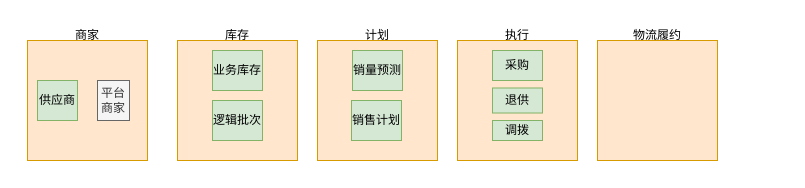
Before: dataArchi.drawio in Thomas-liyan/common, a draw.io diagram. Source tidied: cells renumbered, new cells numbered last; positions are measured from the earlier drawing's top-left corner, leaving out a move shared by most shapes. Both pictures are drawn from the tidied source at 100%, with x=0, y=0 at pixel (27, 40).
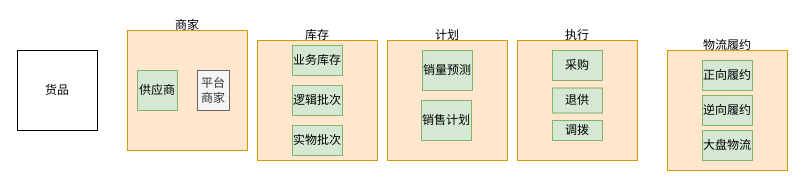
The same diagram, later.

The edit, as a diff of the source:
```diff
@@
+    <mxCell id="16" style="group;" parent="1" vertex="1">
+      <mxGeometry x="100" y="-10" width="120" height="120" as="geometry" />
+    </mxCell>
-    <mxCell id="2" value="商家" style="whiteSpace=wrap;html=1;labelPosition=center;verticalLabelPosition=top;align=center;verticalAlign=bottom;horizontal=1;spacing=-2;spacingTop=-7;fillColor=#ffe6cc;strokeColor=#d79b00;" parent="1" vertex="1">
+    <mxCell id="2" value="商家" style="whiteSpace=wrap;html=1;labelPosition=center;verticalLabelPosition=top;align=center;verticalAlign=bottom;horizontal=1;spacing=-2;spacingTop=-7;fillColor=#ffe6cc;strokeColor=#d79b00;" parent="16" vertex="1">
       <mxGeometry width="120" height="120" as="geometry" />
     </mxCell>
-    <mxCell id="3" value="供应商" style="whiteSpace=wrap;html=1;direction=south;fillColor=#d5e8d4;strokeColor=#82b366;" parent="1" vertex="1">
+    <mxCell id="3" value="供应商" style="whiteSpace=wrap;html=1;direction=south;fillColor=#d5e8d4;strokeColor=#82b366;" parent="16" vertex="1">
       <mxGeometry x="10" y="40" width="40" height="40" as="geometry" />
     </mxCell>
-    <mxCell id="4" value="平台商家" style="whiteSpace=wrap;html=1;direction=south;fillColor=#f5f5f5;strokeColor=#666666;fontColor=#333333;" parent="1" vertex="1">
+    <mxCell id="4" value="平台商家" style="whiteSpace=wrap;html=1;direction=south;fillColor=#f5f5f5;strokeColor=#666666;fontColor=#333333;" parent="16" vertex="1">
       <mxGeometry x="70" y="40" width="32" height="40" as="geometry" />
     </mxCell>
+    <mxCell id="17" style="group;" parent="1" vertex="1">
+      <mxGeometry x="230" width="120" height="120" as="geometry" />
+    </mxCell>
-    <mxCell id="5" value="库存" style="whiteSpace=wrap;html=1;labelPosition=center;verticalLabelPosition=top;align=center;verticalAlign=bottom;horizontal=1;spacing=-2;spacingTop=-7;fillColor=#ffe6cc;strokeColor=#d79b00;" parent="1" vertex="1">
-      <mxGeometry x="150" width="120" height="120" as="geometry" />
+    <mxCell id="5" value="库存" style="whiteSpace=wrap;html=1;labelPosition=center;verticalLabelPosition=top;align=center;verticalAlign=bottom;horizontal=1;spacing=-2;spacingTop=-7;fillColor=#ffe6cc;strokeColor=#d79b00;" parent="17" vertex="1">
+      <mxGeometry width="120" height="120" as="geometry" />
     </mxCell>
-    <mxCell id="6" value="计划" style="whiteSpace=wrap;html=1;labelPosition=center;verticalLabelPosition=top;align=center;verticalAlign=bottom;horizontal=1;spacing=-2;spacingTop=-7;fillColor=#ffe6cc;strokeColor=#d79b00;" parent="1" vertex="1">
-      <mxGeometry x="290" width="120" height="120" as="geometry" />
-    </mxCell>
-    <mxCell id="7" value="执行" style="whiteSpace=wrap;html=1;labelPosition=center;verticalLabelPosition=top;align=center;verticalAlign=bottom;horizontal=1;spacing=-2;spacingTop=-7;fillColor=#ffe6cc;strokeColor=#d79b00;" parent="1" vertex="1">
-      <mxGeometry x="430" width="120" height="120" as="geometry" />
-    </mxCell>
-    <mxCell id="8" value="物流履约" style="whiteSpace=wrap;html=1;labelPosition=center;verticalLabelPosition=top;align=center;verticalAlign=bottom;horizontal=1;spacing=-2;spacingTop=-7;fillColor=#ffe6cc;strokeColor=#d79b00;" parent="1" vertex="1">
-      <mxGeometry x="570" width="120" height="120" as="geometry" />
-    </mxCell>
+    <mxCell id="18" style="group;" parent="17" vertex="1">
+      <mxGeometry x="35" y="5" width="50" height="110" as="geometry" />
+    </mxCell>
-    <mxCell id="9" value="业务库存" style="whiteSpace=wrap;html=1;direction=south;fillColor=#d5e8d4;strokeColor=#82b366;" parent="1" vertex="1">
-      <mxGeometry x="185" y="10" width="50" height="40" as="geometry" />
+    <mxCell id="9" value="业务库存" style="whiteSpace=wrap;html=1;direction=south;fillColor=#d5e8d4;strokeColor=#82b366;" parent="18" vertex="1">
+      <mxGeometry width="50" height="30" as="geometry" />
     </mxCell>
-    <mxCell id="10" value="逻辑批次" style="whiteSpace=wrap;html=1;direction=south;fillColor=#d5e8d4;strokeColor=#82b366;" parent="1" vertex="1">
-      <mxGeometry x="185" y="60" width="50" height="40" as="geometry" />
+    <mxCell id="10" value="逻辑批次" style="whiteSpace=wrap;html=1;direction=south;fillColor=#d5e8d4;strokeColor=#82b366;" parent="18" vertex="1">
+      <mxGeometry y="40" width="50" height="30" as="geometry" />
     </mxCell>
+    <mxCell id="19" value="实物批次" style="whiteSpace=wrap;html=1;direction=south;fillColor=#d5e8d4;strokeColor=#82b366;" parent="18" vertex="1">
+      <mxGeometry y="80" width="50" height="30" as="geometry" />
+    </mxCell>
+    <mxCell id="20" style="group;" parent="1" vertex="1">
+      <mxGeometry x="360" width="120" height="120" as="geometry" />
+    </mxCell>
+    <mxCell id="6" value="计划" style="whiteSpace=wrap;html=1;labelPosition=center;verticalLabelPosition=top;align=center;verticalAlign=bottom;horizontal=1;spacing=-2;spacingTop=-7;fillColor=#ffe6cc;strokeColor=#d79b00;" parent="20" vertex="1">
+      <mxGeometry width="120" height="120" as="geometry" />
+    </mxCell>
-    <mxCell id="11" value="销售计划" style="whiteSpace=wrap;html=1;direction=south;fillColor=#d5e8d4;strokeColor=#82b366;" parent="1" vertex="1">
-      <mxGeometry x="324" y="60" width="50" height="40" as="geometry" />
+    <mxCell id="11" value="销售计划" style="whiteSpace=wrap;html=1;direction=south;fillColor=#d5e8d4;strokeColor=#82b366;" parent="20" vertex="1">
+      <mxGeometry x="34" y="60" width="50" height="40" as="geometry" />
     </mxCell>
-    <mxCell id="12" value="销量预测" style="whiteSpace=wrap;html=1;direction=south;fillColor=#d5e8d4;strokeColor=#82b366;" parent="1" vertex="1">
-      <mxGeometry x="325" y="10" width="50" height="40" as="geometry" />
+    <mxCell id="12" value="销量预测" style="whiteSpace=wrap;html=1;direction=south;fillColor=#d5e8d4;strokeColor=#82b366;" parent="20" vertex="1">
+      <mxGeometry x="35" y="10" width="50" height="40" as="geometry" />
     </mxCell>
+    <mxCell id="21" style="group;" parent="1" vertex="1">
+      <mxGeometry x="490" width="120" height="120" as="geometry" />
+    </mxCell>
+    <mxCell id="7" value="执行" style="whiteSpace=wrap;html=1;labelPosition=center;verticalLabelPosition=top;align=center;verticalAlign=bottom;horizontal=1;spacing=-2;spacingTop=-7;fillColor=#ffe6cc;strokeColor=#d79b00;" parent="21" vertex="1">
+      <mxGeometry width="120" height="120" as="geometry" />
+    </mxCell>
-    <mxCell id="13" value="采购" style="whiteSpace=wrap;html=1;direction=south;fillColor=#d5e8d4;strokeColor=#82b366;" parent="1" vertex="1">
-      <mxGeometry x="465" y="10" width="50" height="30" as="geometry" />
+    <mxCell id="13" value="采购" style="whiteSpace=wrap;html=1;direction=south;fillColor=#d5e8d4;strokeColor=#82b366;" parent="21" vertex="1">
+      <mxGeometry x="35" y="10" width="50" height="30" as="geometry" />
     </mxCell>
-    <mxCell id="14" value="退供" style="whiteSpace=wrap;html=1;direction=south;fillColor=#d5e8d4;strokeColor=#82b366;" parent="1" vertex="1">
-      <mxGeometry x="465" y="47.5" width="50" height="25" as="geometry" />
+    <mxCell id="14" value="退供" style="whiteSpace=wrap;html=1;direction=south;fillColor=#d5e8d4;strokeColor=#82b366;" parent="21" vertex="1">
+      <mxGeometry x="35" y="47.5" width="50" height="25" as="geometry" />
     </mxCell>
-    <mxCell id="15" value="调拨" style="whiteSpace=wrap;html=1;direction=south;fillColor=#d5e8d4;strokeColor=#82b366;" parent="1" vertex="1">
-      <mxGeometry x="465" y="80" width="50" height="20" as="geometry" />
+    <mxCell id="15" value="调拨" style="whiteSpace=wrap;html=1;direction=south;fillColor=#d5e8d4;strokeColor=#82b366;" parent="21" vertex="1">
+      <mxGeometry x="35" y="80" width="50" height="20" as="geometry" />
     </mxCell>
+    <mxCell id="22" style="group;" parent="1" vertex="1">
+      <mxGeometry x="640" y="10" width="120" height="120" as="geometry" />
+    </mxCell>
+    <mxCell id="8" value="物流履约" style="whiteSpace=wrap;html=1;labelPosition=center;verticalLabelPosition=top;align=center;verticalAlign=bottom;horizontal=1;spacing=-2;spacingTop=-7;fillColor=#ffe6cc;strokeColor=#d79b00;" parent="22" vertex="1">
+      <mxGeometry width="120" height="120" as="geometry" />
+    </mxCell>
+    <mxCell id="23" value="正向履约" style="whiteSpace=wrap;html=1;direction=south;fillColor=#d5e8d4;strokeColor=#82b366;" parent="22" vertex="1">
+      <mxGeometry x="35" y="10" width="50" height="30" as="geometry" />
+    </mxCell>
+    <mxCell id="24" value="逆向履约" style="whiteSpace=wrap;html=1;direction=south;fillColor=#d5e8d4;strokeColor=#82b366;" parent="22" vertex="1">
+      <mxGeometry x="35" y="45" width="50" height="30" as="geometry" />
+    </mxCell>
+    <mxCell id="25" value="大盘物流" style="whiteSpace=wrap;html=1;direction=south;fillColor=#d5e8d4;strokeColor=#82b366;" parent="22" vertex="1">
+      <mxGeometry x="35" y="80" width="50" height="30" as="geometry" />
+    </mxCell>
+    <mxCell id="26" value="货品" style="whiteSpace=wrap;html=1;" parent="1" vertex="1">
+      <mxGeometry x="-10" y="10" width="80" height="80" as="geometry" />
+    </mxCell>
```
